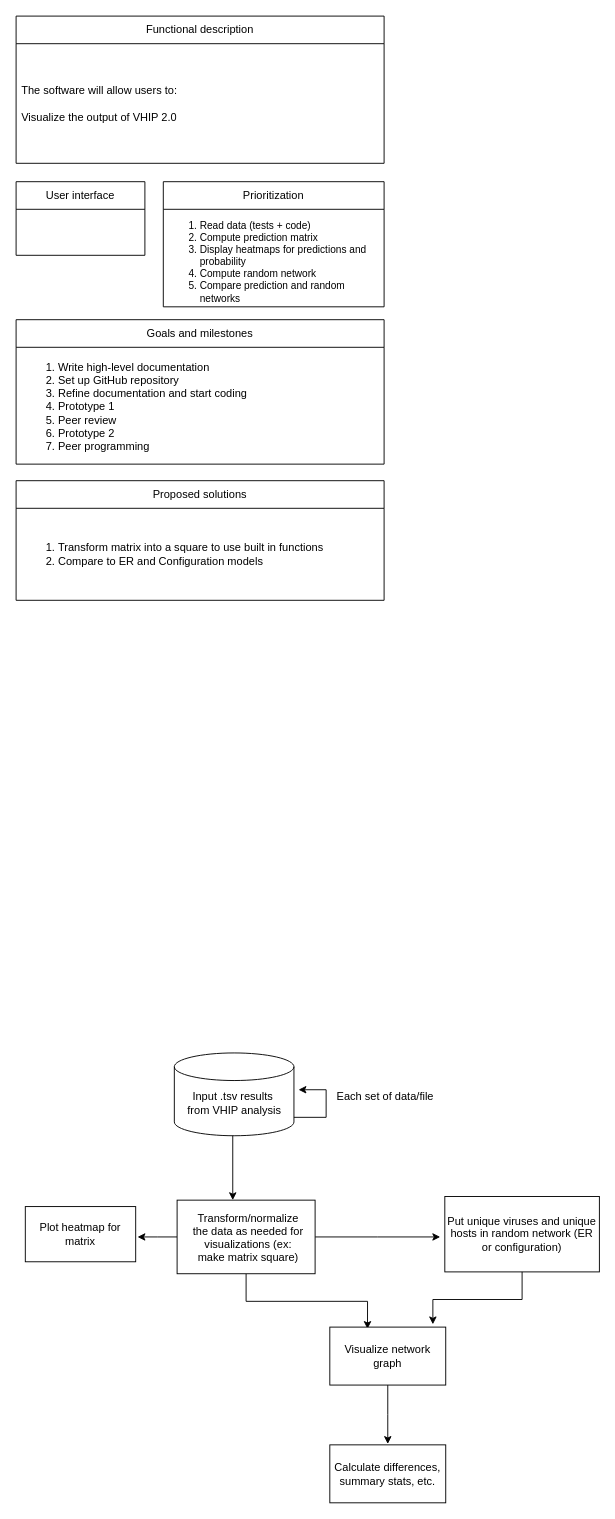
This is design_documents/Virus_Host_DDS.drawio from DuhaimeLab/VirusHostNetworkAnalysis, a draw.io file, before an edit. Source tidied: cells renumbered, new cells numbered last; positions are measured from the earlier drawing's top-left corner, leaving out a move shared by most shapes. Both pictures are drawn from the tidied source at 92%, with x=0, y=0 at pixel (16, 16).
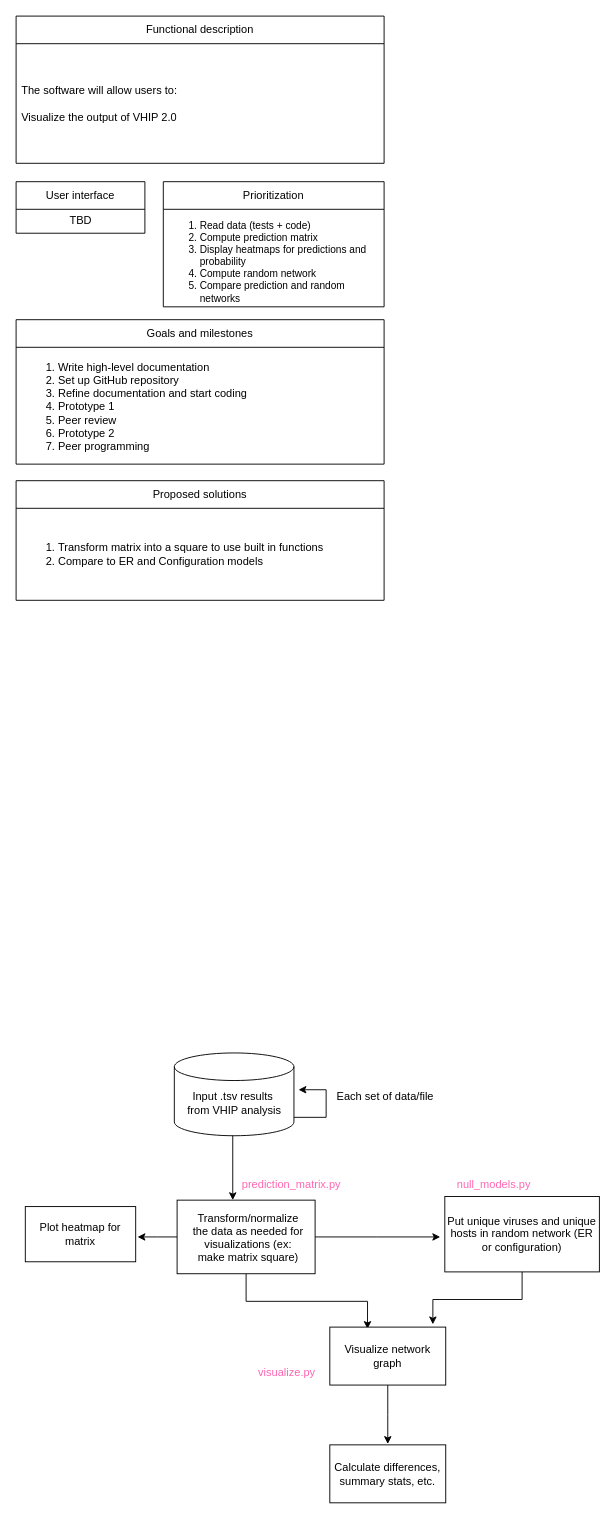
The same diagram, later.

The edit, as a diff of the source:
```diff
@@
     <mxCell id="4" value="User interface" style="swimlane;fontStyle=0;horizontal=1;startSize=30;whiteSpace=wrap;html=1;" parent="1" vertex="1">
-      <mxGeometry y="180" width="140" height="80" as="geometry" />
+      <mxGeometry y="180" width="140" height="56" as="geometry" />
     </mxCell>
+    <mxCell id="27" value="TBD" style="text;html=1;align=center;verticalAlign=middle;strokeColor=none;fillColor=none;" parent="4" vertex="1">
+      <mxGeometry y="30" width="140" height="26" as="geometry" />
+    </mxCell>
@@
+    <mxCell id="28" value="prediction_matrix.py" style="text;html=1;align=center;verticalAlign=middle;strokeColor=none;fillColor=none;fontColor=#FF66B3;" parent="1" vertex="1">
+      <mxGeometry x="236" y="1257" width="125" height="26" as="geometry" />
+    </mxCell>
+    <mxCell id="29" value="null_models.py" style="text;html=1;align=center;verticalAlign=middle;strokeColor=none;fillColor=none;fontColor=#FF66B3;" parent="1" vertex="1">
+      <mxGeometry x="470" y="1257" width="98" height="26" as="geometry" />
+    </mxCell>
+    <mxCell id="30" value="visualize.py" style="text;html=1;align=center;verticalAlign=middle;strokeColor=none;fillColor=none;fontColor=#FF66B3;" parent="1" vertex="1">
+      <mxGeometry x="254" y="1462" width="80" height="26" as="geometry" />
+    </mxCell>
```
